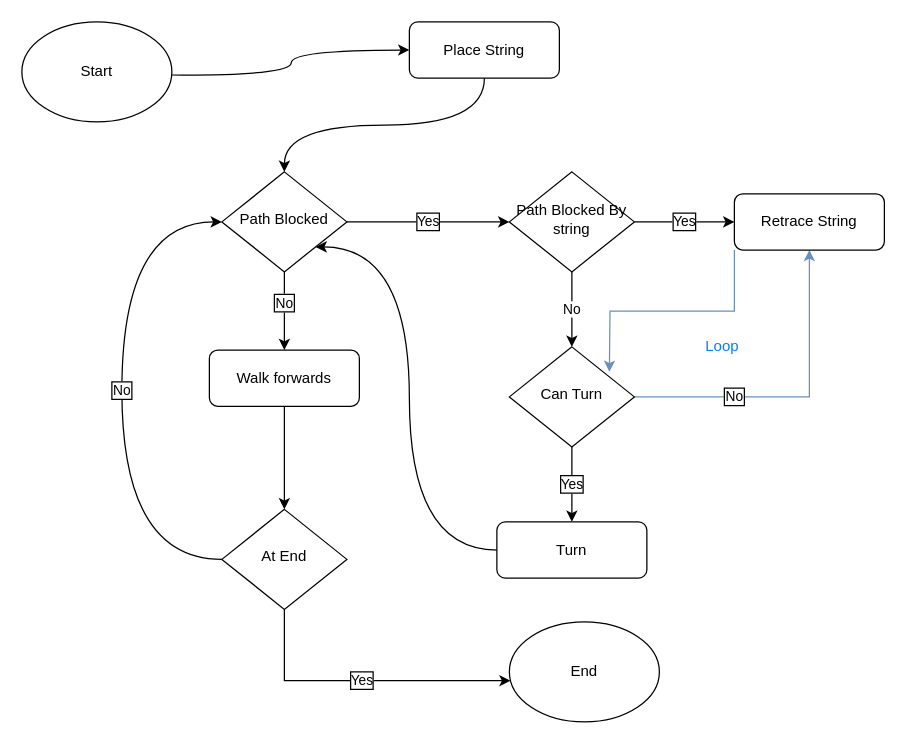
Above: page "Maze" (4 of 7) of Comp Prog 12/Socks.drawio in Jchisholm204/JChisholm (draw.io), before the change. Source tidied: cells renumbered, new cells numbered last; positions are measured from the earlier drawing's top-left corner, leaving out a move shared by most shapes. Both pictures are drawn from the tidied source at 125%, with x=0, y=0 at pixel (21, 21).
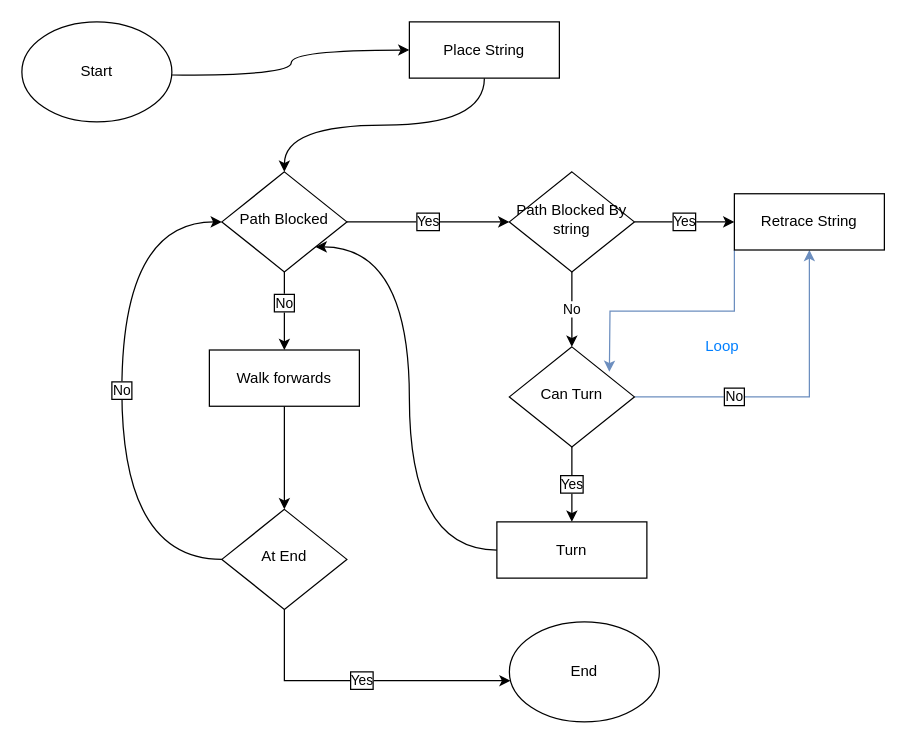
Above is the later version.

What changed in the source:
```diff
@@
-    <mxCell id="8" value="Walk forwards" style="whiteSpace=wrap;html=1;rounded=1;shadow=0;strokeWidth=1;glass=0;" parent="1" vertex="1">
+    <mxCell id="8" value="Walk forwards" style="whiteSpace=wrap;html=1;rounded=0;shadow=0;strokeWidth=1;glass=0;" parent="1" vertex="1">
       <mxGeometry x="150" y="262.5" width="120" height="45" as="geometry" />
     </mxCell>
@@
-    <mxCell id="14" value="Retrace String" style="whiteSpace=wrap;html=1;rounded=1;shadow=0;strokeWidth=1;glass=0;" parent="1" vertex="1">
+    <mxCell id="14" value="Retrace String" style="whiteSpace=wrap;html=1;rounded=0;shadow=0;strokeWidth=1;glass=0;" parent="1" vertex="1">
       <mxGeometry x="570" y="137.5" width="120" height="45" as="geometry" />
     </mxCell>
@@
-    <mxCell id="16" value="Place String" style="whiteSpace=wrap;html=1;rounded=1;shadow=0;strokeWidth=1;glass=0;" parent="1" vertex="1">
+    <mxCell id="16" value="Place String" style="whiteSpace=wrap;html=1;rounded=0;shadow=0;strokeWidth=1;glass=0;" parent="1" vertex="1">
       <mxGeometry x="310" width="120" height="45" as="geometry" />
     </mxCell>
@@
-    <mxCell id="18" value="Turn" style="whiteSpace=wrap;html=1;rounded=1;shadow=0;strokeWidth=1;glass=0;" parent="1" vertex="1">
+    <mxCell id="18" value="Turn" style="whiteSpace=wrap;html=1;rounded=0;shadow=0;strokeWidth=1;glass=0;" parent="1" vertex="1">
       <mxGeometry x="380" y="400" width="120" height="45" as="geometry" />
     </mxCell>
```
